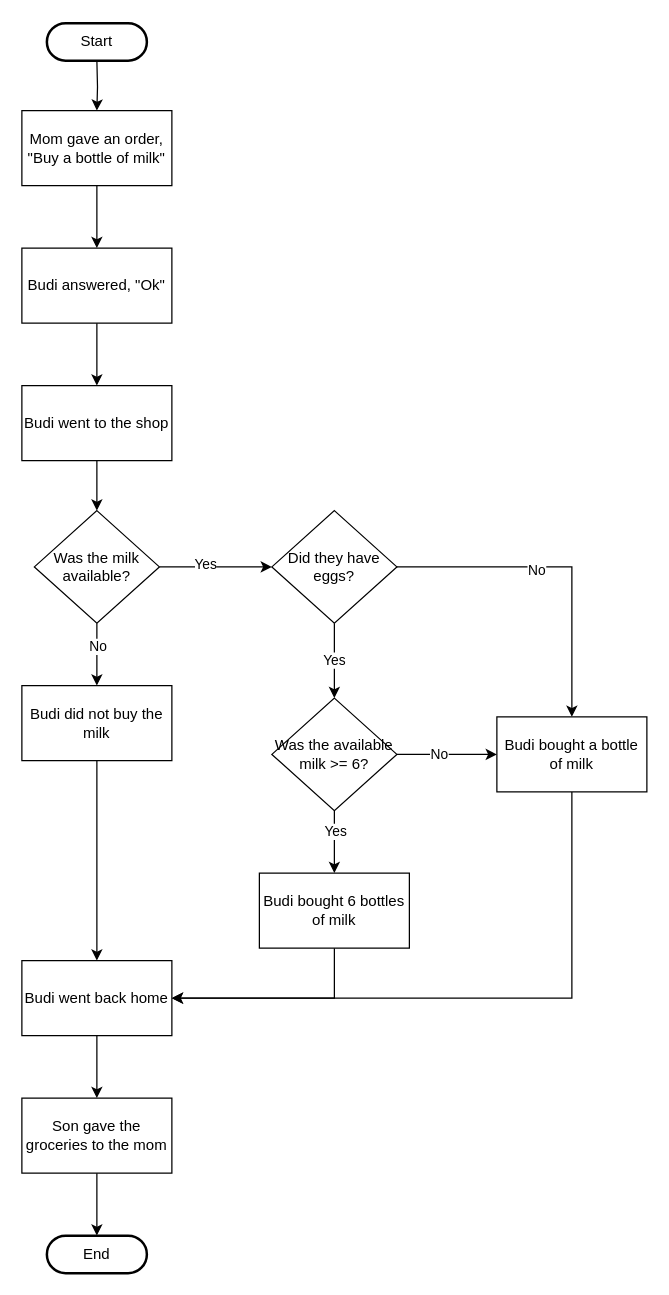
Before: basic_syntax_programmerjoke.drawio in giesoko/python_fundamental, a draw.io diagram. Source tidied: cells renumbered, new cells numbered last; positions are measured from the earlier drawing's top-left corner, leaving out a move shared by most shapes. Both pictures are drawn from the tidied source at 125%, with x=0, y=0 at pixel (21, 22).
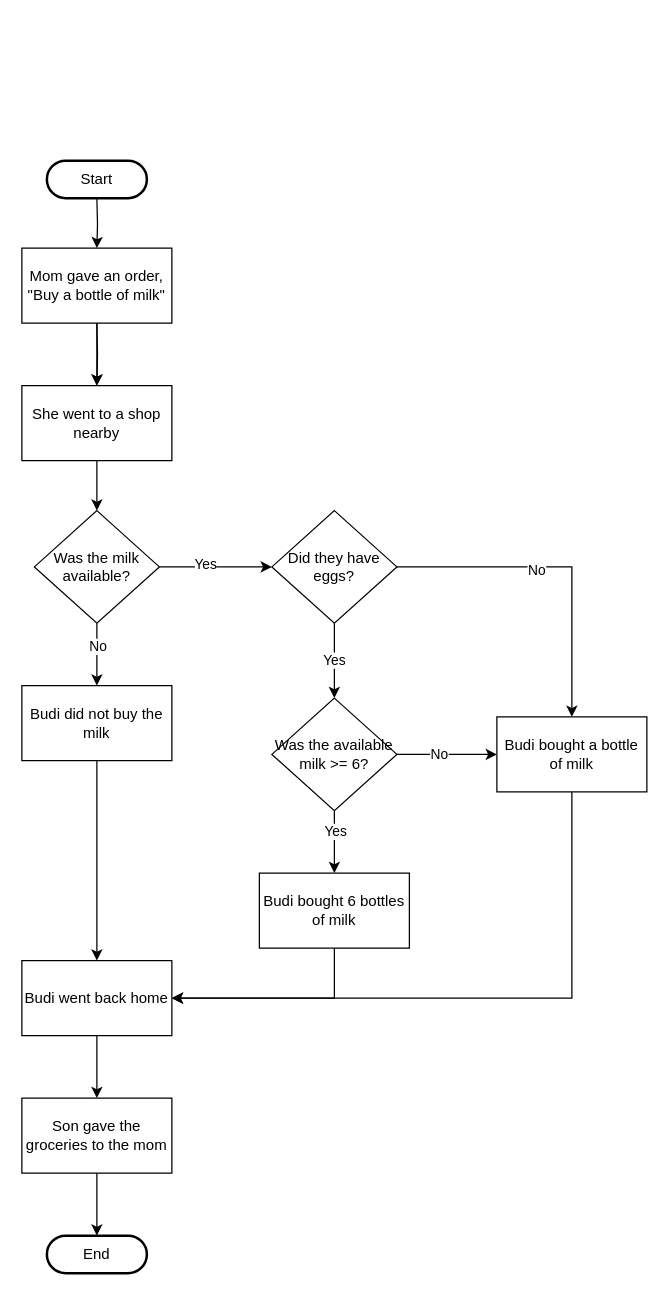
The same diagram, later.

What changed in the source:
```diff
@@
     <mxCell id="2" style="edgeStyle=orthogonalEdgeStyle;rounded=0;jettySize=auto;html=1;exitX=0.5;exitY=1;exitDx=0;exitDy=0;entryX=0.5;entryY=0;entryDx=0;entryDy=0;" parent="1" edge="1" target="5">
       <mxGeometry relative="1" as="geometry">
-        <mxPoint x="60" y="30" as="sourcePoint" />
+        <mxPoint x="60" y="140" as="sourcePoint" />
       </mxGeometry>
     </mxCell>
@@
-    <mxCell id="4" style="edgeStyle=orthogonalEdgeStyle;rounded=0;jettySize=auto;html=1;" parent="1" edge="1" source="5" target="7">
-      <mxGeometry relative="1" as="geometry" />
+    <mxCell id="4" style="edgeStyle=orthogonalEdgeStyle;rounded=0;jettySize=auto;html=1;" parent="1" edge="1" source="5">
+      <mxGeometry relative="1" as="geometry">
+        <mxPoint x="60" y="290" as="targetPoint" />
+      </mxGeometry>
     </mxCell>
     <mxCell id="5" value="Mom gave an order,&lt;br&gt;&quot;Buy a bottle of milk&quot;" style="rounded=0;whiteSpace=wrap;html=1;" parent="1" vertex="1">
-      <mxGeometry y="70" width="120" height="60" as="geometry" />
+      <mxGeometry y="180" width="120" height="60" as="geometry" />
     </mxCell>
-    <mxCell id="6" style="edgeStyle=orthogonalEdgeStyle;rounded=0;jettySize=auto;html=1;entryX=0.5;entryY=0;entryDx=0;entryDy=0;" parent="1" edge="1" source="7" target="9">
-      <mxGeometry relative="1" as="geometry" />
+    <mxCell id="6" style="edgeStyle=orthogonalEdgeStyle;rounded=0;jettySize=auto;html=1;entryX=0.5;entryY=0;entryDx=0;entryDy=0;" parent="1" edge="1" target="9">
+      <mxGeometry relative="1" as="geometry">
+        <mxPoint x="60" y="240" as="sourcePoint" />
+      </mxGeometry>
     </mxCell>
-    <mxCell id="7" value="Budi answered, &quot;Ok&quot;" style="rounded=0;whiteSpace=wrap;html=1;" parent="1" vertex="1">
-      <mxGeometry y="180" width="120" height="60" as="geometry" />
-    </mxCell>
@@
-    <mxCell id="9" value="Budi went to the shop" style="rounded=0;whiteSpace=wrap;html=1;" parent="1" vertex="1">
+    <mxCell id="9" value="She went to a shop nearby" style="rounded=0;whiteSpace=wrap;html=1;" parent="1" vertex="1">
       <mxGeometry y="290" width="120" height="60" as="geometry" />
     </mxCell>
@@
     <mxCell id="29" value="Start" style="rounded=1;whiteSpace=wrap;html=1;absoluteArcSize=1;arcSize=38;strokeWidth=2;" parent="1" vertex="1">
-      <mxGeometry x="20" width="80" height="30" as="geometry" />
+      <mxGeometry x="20" y="110" width="80" height="30" as="geometry" />
     </mxCell>
```
